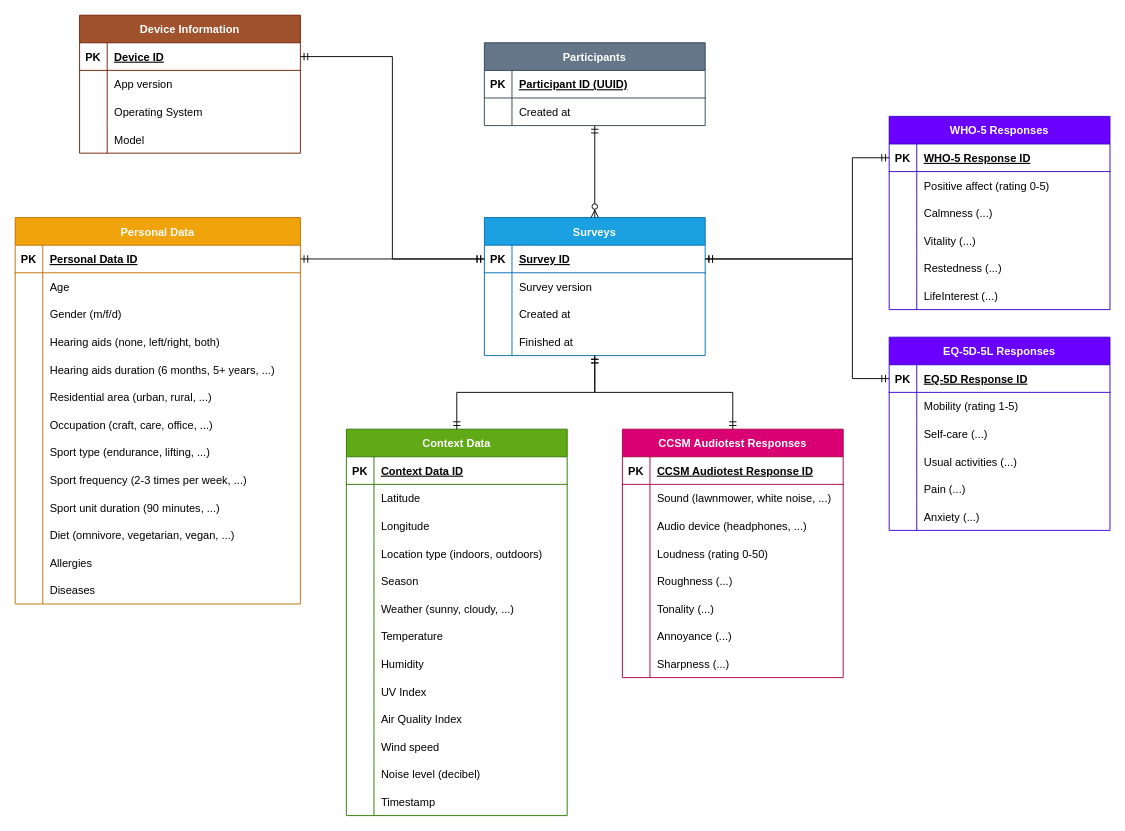
Before: ER-Diagramm.drawio in ArmerSchluca/prefhearable-backend, a draw.io diagram. Source tidied: cells renumbered, new cells numbered last; positions are measured from the earlier drawing's top-left corner, leaving out a move shared by most shapes. Both pictures are drawn from the tidied source at 92%, with x=0, y=0 at pixel (15, 15).
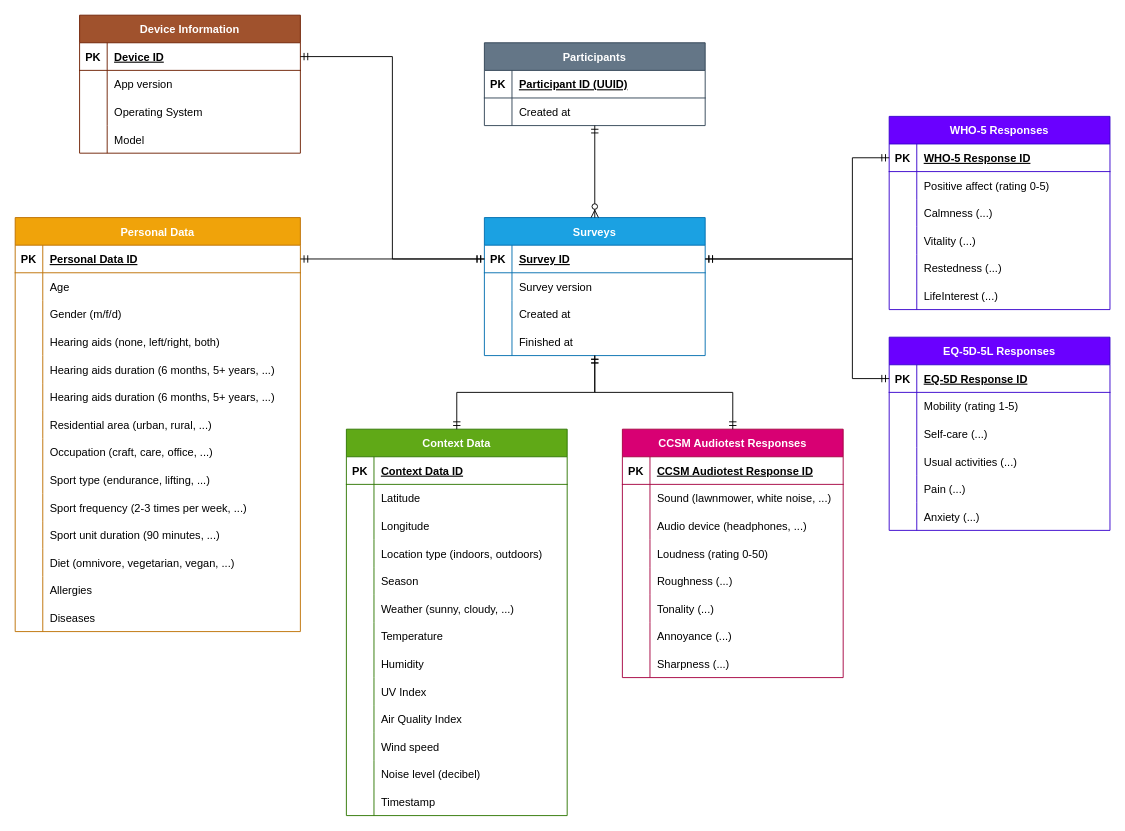
Above is the later version.

Diff of the diagram source:
```diff
@@
     <mxCell id="22" value="Personal Data" style="shape=table;startSize=30;childLayout=tableLayout;rowLines=0;fontStyle=1;align=center;fillColor=#f0a30a;strokeColor=#BD7000;fontColor=light-dark(#ffffff, #ededed);" parent="1" vertex="1">
-      <mxGeometry y="220" width="310" height="420" as="geometry" />
+      <mxGeometry y="220" width="310" height="450" as="geometry" />
     </mxCell>
@@
+    <mxCell id="185" style="shape=tableRow;horizontal=0;startSize=0;swimlaneHead=0;swimlaneBody=0;fillColor=none;strokeColor=inherit;top=0;left=0;right=0;bottom=0;" parent="22" vertex="1">
+      <mxGeometry y="180" width="310" height="30" as="geometry" />
+    </mxCell>
+    <mxCell id="186" style="shape=partialRectangle;overflow=hidden;fillColor=none;strokeColor=inherit;top=0;left=0;bottom=0;right=0;" parent="185" vertex="1">
+      <mxGeometry width="30" height="30" as="geometry" />
+    </mxCell>
+    <mxCell id="187" value="Hearing aids duration (6 months, 5+ years, ...)" style="shape=partialRectangle;overflow=hidden;fillColor=none;align=left;strokeColor=inherit;top=0;left=0;bottom=0;right=0;spacingLeft=6;" parent="185" vertex="1">
+      <mxGeometry x="30" width="280" height="30" as="geometry" />
+    </mxCell>
     <mxCell id="38" style="shape=tableRow;horizontal=0;startSize=0;swimlaneHead=0;swimlaneBody=0;fillColor=none;strokeColor=inherit;top=0;left=0;right=0;bottom=0;" parent="22" vertex="1">
-      <mxGeometry y="180" width="310" height="30" as="geometry" />
+      <mxGeometry y="210" width="310" height="30" as="geometry" />
     </mxCell>
@@
     <mxCell id="41" style="shape=tableRow;horizontal=0;startSize=0;swimlaneHead=0;swimlaneBody=0;fillColor=none;strokeColor=inherit;top=0;left=0;right=0;bottom=0;" parent="22" vertex="1">
-      <mxGeometry y="210" width="310" height="30" as="geometry" />
+      <mxGeometry y="240" width="310" height="30" as="geometry" />
     </mxCell>
@@
     <mxCell id="44" style="shape=tableRow;horizontal=0;startSize=0;swimlaneHead=0;swimlaneBody=0;fillColor=none;strokeColor=inherit;top=0;left=0;right=0;bottom=0;" parent="22" vertex="1">
-      <mxGeometry y="240" width="310" height="30" as="geometry" />
+      <mxGeometry y="270" width="310" height="30" as="geometry" />
     </mxCell>
@@
     <mxCell id="47" style="shape=tableRow;horizontal=0;startSize=0;swimlaneHead=0;swimlaneBody=0;fillColor=none;strokeColor=inherit;top=0;left=0;right=0;bottom=0;" parent="22" vertex="1">
-      <mxGeometry y="270" width="310" height="30" as="geometry" />
+      <mxGeometry y="300" width="310" height="30" as="geometry" />
     </mxCell>
@@
     <mxCell id="50" style="shape=tableRow;horizontal=0;startSize=0;swimlaneHead=0;swimlaneBody=0;fillColor=none;strokeColor=inherit;top=0;left=0;right=0;bottom=0;" parent="22" vertex="1">
-      <mxGeometry y="300" width="310" height="30" as="geometry" />
+      <mxGeometry y="330" width="310" height="30" as="geometry" />
     </mxCell>
@@
     <mxCell id="53" style="shape=tableRow;horizontal=0;startSize=0;swimlaneHead=0;swimlaneBody=0;fillColor=none;strokeColor=inherit;top=0;left=0;right=0;bottom=0;" parent="22" vertex="1">
-      <mxGeometry y="330" width="310" height="30" as="geometry" />
+      <mxGeometry y="360" width="310" height="30" as="geometry" />
     </mxCell>
@@
     <mxCell id="56" style="shape=tableRow;horizontal=0;startSize=0;swimlaneHead=0;swimlaneBody=0;fillColor=none;strokeColor=inherit;top=0;left=0;right=0;bottom=0;" parent="22" vertex="1">
-      <mxGeometry y="360" width="310" height="30" as="geometry" />
+      <mxGeometry y="390" width="310" height="30" as="geometry" />
     </mxCell>
@@
     <mxCell id="59" style="shape=tableRow;horizontal=0;startSize=0;swimlaneHead=0;swimlaneBody=0;fillColor=none;strokeColor=inherit;top=0;left=0;right=0;bottom=0;" parent="22" vertex="1">
-      <mxGeometry y="390" width="310" height="30" as="geometry" />
+      <mxGeometry y="420" width="310" height="30" as="geometry" />
     </mxCell>
```
